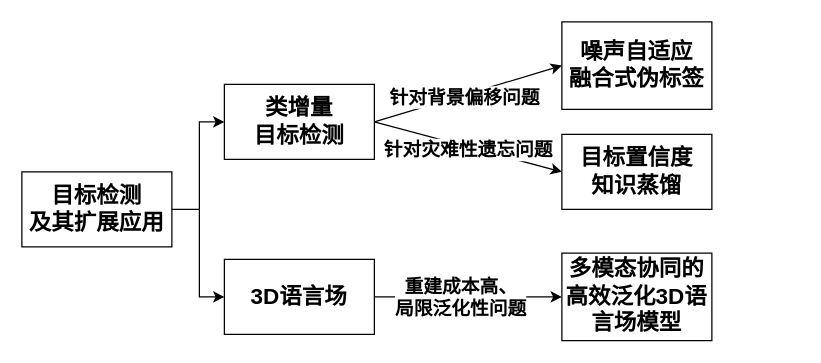
Earlier version of the draw.io diagram 方法脉络图.drawio (wangdayan/HuffmanTree). Source tidied: cells renumbered, new cells numbered last; positions are measured from the earlier drawing's top-left corner, leaving out a move shared by most shapes. Both pictures are drawn from the tidied source at 125%, with x=0, y=0 at pixel (21, 21).
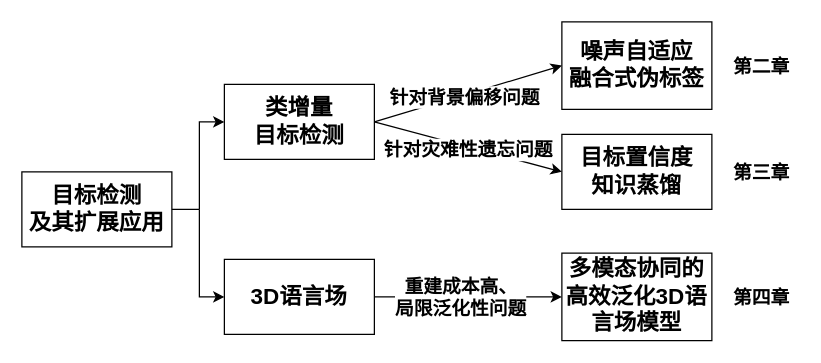
The same page after the edit.

Commit message:
方法脉络图.drawio

What changed in the source:
```diff
@@
+    <mxCell id="17" value="&lt;font style=&quot;font-size: 15px;&quot;&gt;&lt;b&gt;第二章&lt;/b&gt;&lt;/font&gt;" style="text;strokeColor=none;align=center;fillColor=none;html=1;verticalAlign=middle;whiteSpace=wrap;rounded=0;" parent="1" vertex="1">
+      <mxGeometry x="562" y="20" width="60" height="30" as="geometry" />
+    </mxCell>
+    <mxCell id="18" value="&lt;font style=&quot;font-size: 15px;&quot;&gt;&lt;b&gt;第三章&lt;/b&gt;&lt;/font&gt;" style="text;strokeColor=none;align=center;fillColor=none;html=1;verticalAlign=middle;whiteSpace=wrap;rounded=0;" parent="1" vertex="1">
+      <mxGeometry x="562" y="105" width="60" height="30" as="geometry" />
+    </mxCell>
+    <mxCell id="19" value="&lt;font style=&quot;font-size: 15px;&quot;&gt;&lt;b&gt;第四章&lt;/b&gt;&lt;/font&gt;" style="text;strokeColor=none;align=center;fillColor=none;html=1;verticalAlign=middle;whiteSpace=wrap;rounded=0;" parent="1" vertex="1">
+      <mxGeometry x="562" y="205" width="60" height="30" as="geometry" />
+    </mxCell>
```
